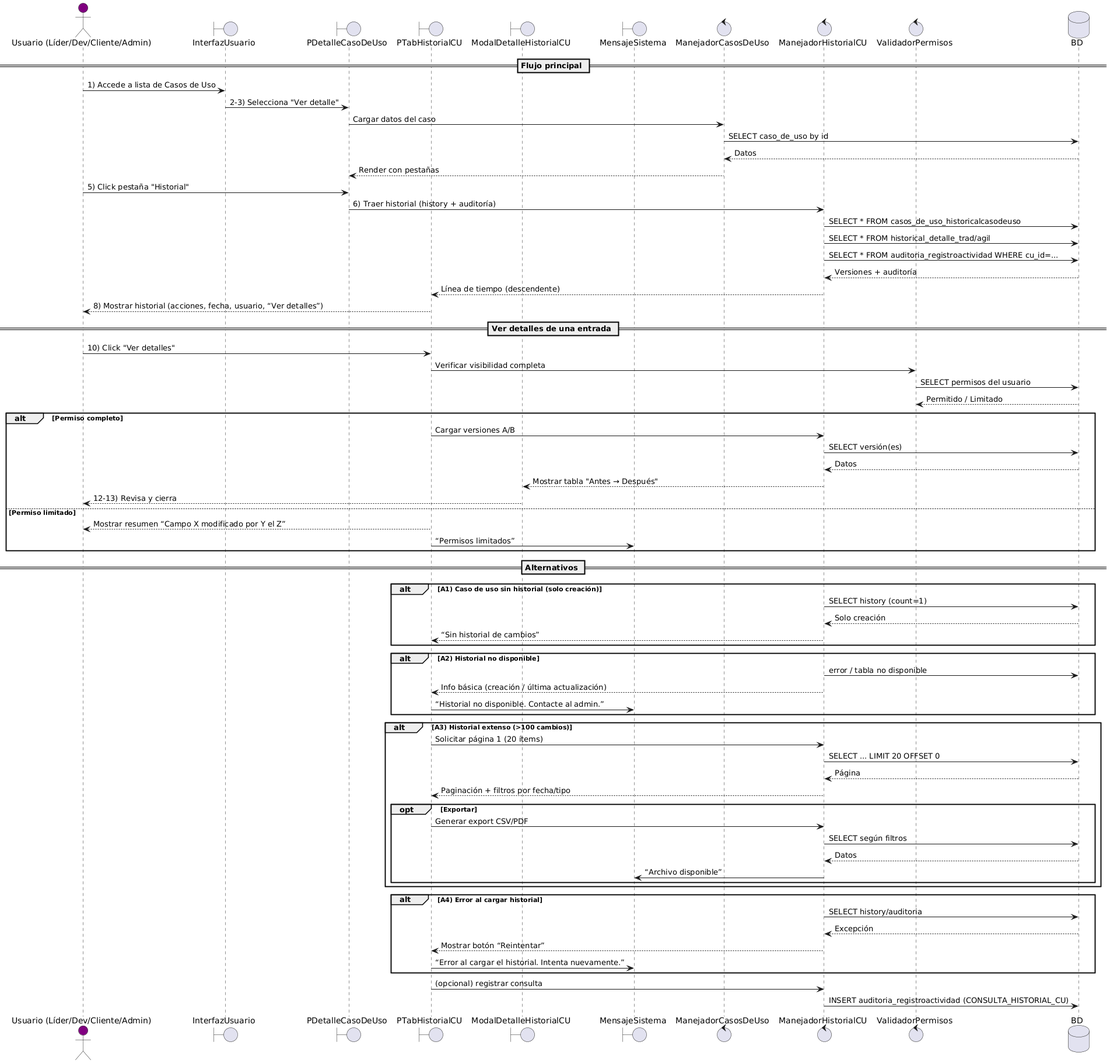
uarg-unpa/grcu-manager keeps this PlantUML diagram as 3-CONSTRUCCION/ITERACIÓN 2/34. Especificacion de CU a implemantar/Diagramas/DS-CU10.png. Above is the earlier version.
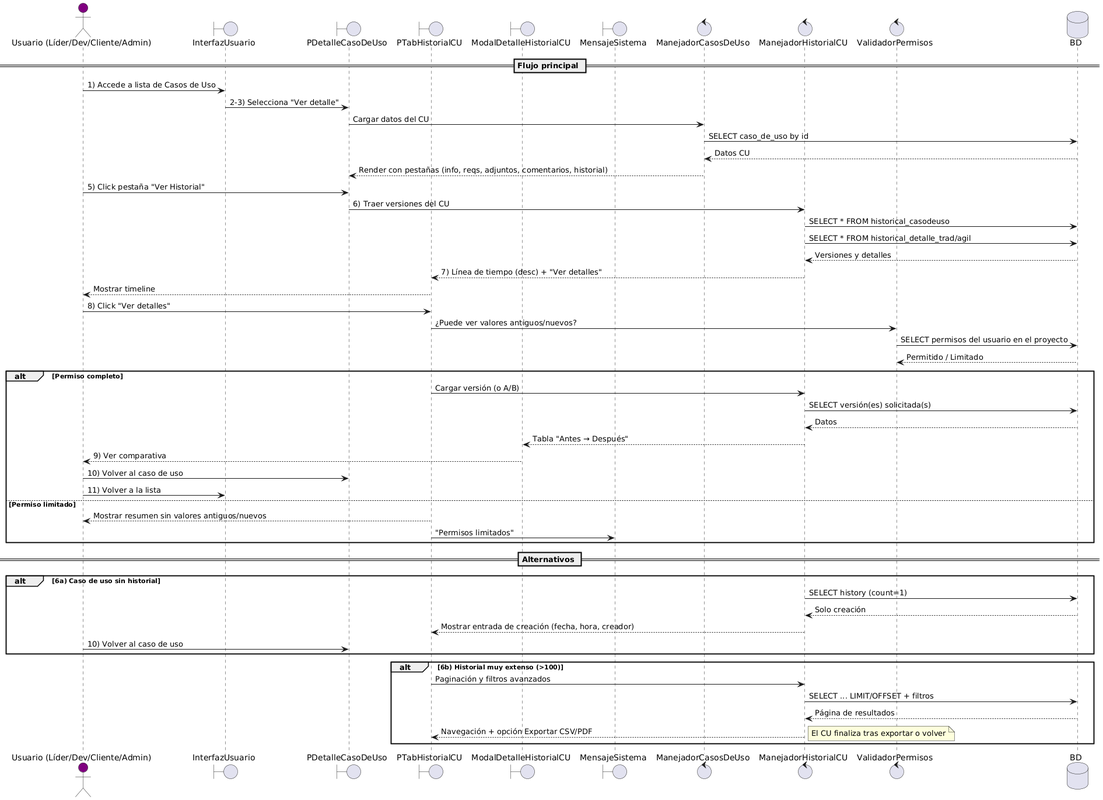
Later version of the same file.

Diff of the diagram source:
```diff
@@ -13,70 +13,50 @@
 == Flujo principal ==
 Usuario -> InterfazUsuario: 1) Accede a lista de Casos de Uso
 InterfazUsuario -> PDetalleCasoDeUso: 2-3) Selecciona "Ver detalle"
-PDetalleCasoDeUso -> ManejadorCasosDeUso: Cargar datos del caso
+PDetalleCasoDeUso -> ManejadorCasosDeUso: Cargar datos del CU
 ManejadorCasosDeUso -> BD: SELECT caso_de_uso by id
-BD --> ManejadorCasosDeUso: Datos
-ManejadorCasosDeUso --> PDetalleCasoDeUso: Render con pestañas
+BD --> ManejadorCasosDeUso: Datos CU
+ManejadorCasosDeUso --> PDetalleCasoDeUso: Render con pestañas (info, reqs, adjuntos, comentarios, historial)
 
-Usuario -> PDetalleCasoDeUso: 5) Click pestaña "Historial"
-PDetalleCasoDeUso -> ManejadorHistorialCU: 6) Traer historial (history + auditoría)
-ManejadorHistorialCU -> BD: SELECT * FROM casos_de_uso_historicalcasodeuso
+Usuario -> PDetalleCasoDeUso: 5) Click pestaña "Ver Historial"
+PDetalleCasoDeUso -> ManejadorHistorialCU: 6) Traer versiones del CU
+ManejadorHistorialCU -> BD: SELECT * FROM historical_casodeuso
 ManejadorHistorialCU -> BD: SELECT * FROM historical_detalle_trad/agil
-ManejadorHistorialCU -> BD: SELECT * FROM auditoria_registroactividad WHERE cu_id=...
-BD --> ManejadorHistorialCU: Versiones + auditoría
-ManejadorHistorialCU --> PTabHistorialCU: Línea de tiempo (descendente)
-PTabHistorialCU --> Usuario: 8) Mostrar historial (acciones, fecha, usuario, “Ver detalles”)
+BD --> ManejadorHistorialCU: Versiones y detalles
+ManejadorHistorialCU --> PTabHistorialCU: 7) Línea de tiempo (desc) + "Ver detalles"
+PTabHistorialCU --> Usuario: Mostrar timeline
 
-== Ver detalles de una entrada ==
-Usuario -> PTabHistorialCU: 10) Click "Ver detalles"
-PTabHistorialCU -> ValidadorPermisos: Verificar visibilidad completa
-ValidadorPermisos -> BD: SELECT permisos del usuario
+Usuario -> PTabHistorialCU: 8) Click "Ver detalles"
+PTabHistorialCU -> ValidadorPermisos: ¿Puede ver valores antiguos/nuevos?
+ValidadorPermisos -> BD: SELECT permisos del usuario en el proyecto
 BD --> ValidadorPermisos: Permitido / Limitado
 
 alt Permiso completo
-  PTabHistorialCU -> ManejadorHistorialCU: Cargar versiones A/B
-  ManejadorHistorialCU -> BD: SELECT versión(es)
+  PTabHistorialCU -> ManejadorHistorialCU: Cargar versión (o A/B)
+  ManejadorHistorialCU -> BD: SELECT versión(es) solicitada(s)
   BD --> ManejadorHistorialCU: Datos
-  ManejadorHistorialCU --> ModalDetalleHistorialCU: Mostrar tabla "Antes → Después"
-  ModalDetalleHistorialCU --> Usuario: 12-13) Revisa y cierra
+  ManejadorHistorialCU --> ModalDetalleHistorialCU: Tabla "Antes → Después"
+  ModalDetalleHistorialCU --> Usuario: 9) Ver comparativa
+  Usuario -> PDetalleCasoDeUso: 10) Volver al caso de uso
+  Usuario -> InterfazUsuario: 11) Volver a la lista
 else Permiso limitado
-  PTabHistorialCU --> Usuario: Mostrar resumen “Campo X modificado por Y el Z”
-  PTabHistorialCU -> MensajeSistema: “Permisos limitados”
+  PTabHistorialCU --> Usuario: Mostrar resumen sin valores antiguos/nuevos
+  PTabHistorialCU -> MensajeSistema: "Permisos limitados"
 end
 
 == Alternativos ==
-alt A1) Caso de uso sin historial (solo creación)
+alt 6a) Caso de uso sin historial
   ManejadorHistorialCU -> BD: SELECT history (count=1)
   BD --> ManejadorHistorialCU: Solo creación
-  ManejadorHistorialCU --> PTabHistorialCU: “Sin historial de cambios”
+  ManejadorHistorialCU --> PTabHistorialCU: Mostrar entrada de creación (fecha, hora, creador)
+  Usuario -> PDetalleCasoDeUso: 10) Volver al caso de uso
 end
 
-alt A2) Historial no disponible
-  ManejadorHistorialCU -> BD: error / tabla no disponible
-  ManejadorHistorialCU --> PTabHistorialCU: Info básica (creación / última actualización)
-  PTabHistorialCU -> MensajeSistema: “Historial no disponible. Contacte al admin.”
+alt 6b) Historial muy extenso (>100)
+  PTabHistorialCU -> ManejadorHistorialCU: Paginación y filtros avanzados
+  ManejadorHistorialCU -> BD: SELECT ... LIMIT/OFFSET + filtros
+  BD --> ManejadorHistorialCU: Página de resultados
+  ManejadorHistorialCU --> PTabHistorialCU: Navegación + opción Exportar CSV/PDF
+  note right: El CU finaliza tras exportar o volver
 end
-
-alt A3) Historial extenso (>100 cambios)
-  PTabHistorialCU -> ManejadorHistorialCU: Solicitar página 1 (20 ítems)
-  ManejadorHistorialCU -> BD: SELECT ... LIMIT 20 OFFSET 0
-  BD --> ManejadorHistorialCU: Página
-  ManejadorHistorialCU --> PTabHistorialCU: Paginación + filtros por fecha/tipo
-  opt Exportar
-    PTabHistorialCU -> ManejadorHistorialCU: Generar export CSV/PDF
-    ManejadorHistorialCU -> BD: SELECT según filtros
-    BD --> ManejadorHistorialCU: Datos
-    ManejadorHistorialCU -> MensajeSistema: “Archivo disponible”
-  end
-end
-
-alt A4) Error al cargar historial
-  ManejadorHistorialCU -> BD: SELECT history/auditoria
-  BD --> ManejadorHistorialCU: Excepción
-  ManejadorHistorialCU --> PTabHistorialCU: Mostrar botón “Reintentar”
-  PTabHistorialCU -> MensajeSistema: “Error al cargar el historial. Intenta nuevamente.”
-end
-
-PTabHistorialCU -> ManejadorHistorialCU: (opcional) registrar consulta
-ManejadorHistorialCU -> BD: INSERT auditoria_registroactividad (CONSULTA_HISTORIAL_CU)
 @enduml
```
